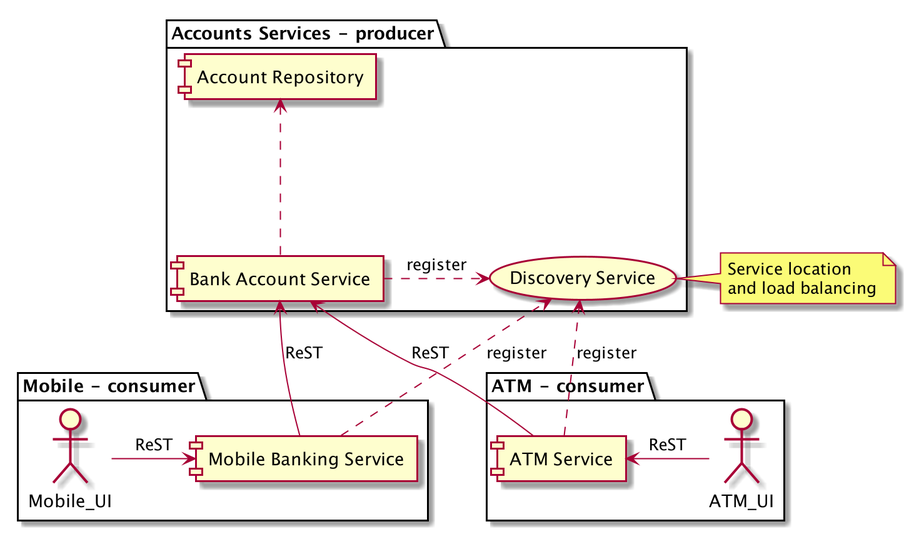
This is architecture.png from xp-dojo/consumer-driven-contracts, a PlantUML export, as it was before one commit.
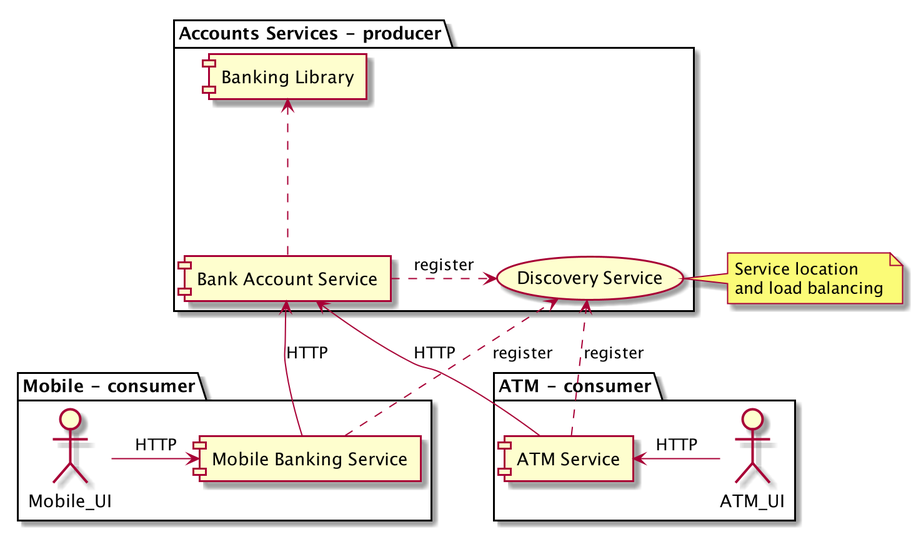
Above is the later version.

Diff of the diagram source:
```diff
@@ -2,24 +2,24 @@
 
 package "Accounts Services - producer" as ass{
     (Discovery Service) as disc
-    [Account Repository] as rep
+    [Banking Library] as lib
     [Bank Account Service] as acc
-    rep <.. acc
+    lib <.. acc
     acc .> disc : register
 }
 
 package "Mobile - consumer"{
     [Mobile Banking Service] as mob
     mob .> disc : register
-    acc <-- mob : ReST
-    Mobile_UI -> mob: ReST
+    acc <-- mob : HTTP
+    Mobile_UI -> mob: HTTP
 }
 
 package "ATM - consumer"{
     [ATM Service] as atm
     atm .> disc : register
-    acc <-- atm: ReST
-    atm <- ATM_UI: ReST
+    acc <-- atm: HTTP
+    atm <- ATM_UI: HTTP
 }
 
 note right of disc
```
